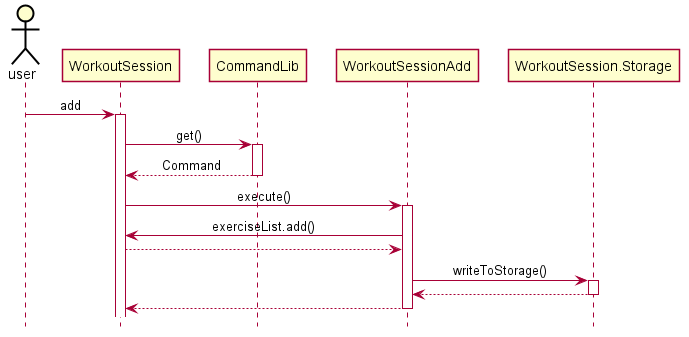
zsk612/tp keeps this PlantUML diagram as docs/pictures/jinyang/WorkoutSessionAdd.png. Above is the earlier version. The source it was exported from:
```plantuml
@startuml





skinparam Class {
    FontColor #FFFFFF
    BorderThickness 1
    BorderColor #FFFFFF
    StereotypeFontColor #FFFFFF
    FontName Arial
}

skinparam Actor {
    BorderColor #000000
    Color #000000
    FontName Arial
}

skinparam Sequence {
    MessageAlign center
    BoxFontSize 13
    BoxPadding 0
    BoxFontColor #FFFFFF
    FontName Arial
}

skinparam Participant {
    Padding 20
}

skinparam MinClassWidth 50
skinparam ParticipantPadding 10
skinparam Shadowing false
skinparam DefaultTextAlignment center
skinparam packageStyle Rectangle
skinparam BackgroundColor #FFFFFFF

hide footbox
hide members
hide circle

actor user
user -> WorkoutSession : add
activate WorkoutSession

WorkoutSession -> CommandLib : get()
activate CommandLib
CommandLib --> WorkoutSession : Command
deactivate CommandLib

WorkoutSession -> WorkoutSessionAdd : execute()
activate WorkoutSessionAdd
WorkoutSessionAdd-> WorkoutSession : exerciseList.add()
WorkoutSession --> WorkoutSessionAdd
WorkoutSessionAdd -> WorkoutSession.Storage : writeToStorage()
activate WorkoutSession.Storage
WorkoutSession.Storage --> WorkoutSessionAdd
deactivate WorkoutSession.Storage

WorkoutSessionAdd --> WorkoutSession
deactivate WorkoutSessionAdd
@enduml
```
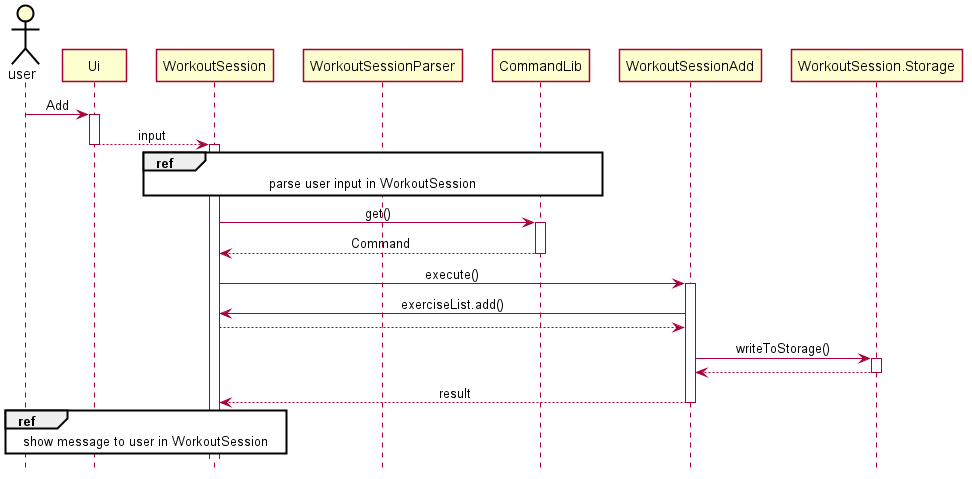
After the change.

What changed in the source:
```diff
@@ -42,8 +42,12 @@
 hide circle
 
 actor user
-user -> WorkoutSession : add
+user -> Ui++ : Add
+Ui --> WorkoutSession -- : input
+
 activate WorkoutSession
+
+ref over WorkoutSession, WorkoutSessionParser, CommandLib: parse user input in WorkoutSession
 
 WorkoutSession -> CommandLib : get()
 activate CommandLib
@@ -59,6 +63,8 @@
 WorkoutSession.Storage --> WorkoutSessionAdd
 deactivate WorkoutSession.Storage
 
-WorkoutSessionAdd --> WorkoutSession
+WorkoutSessionAdd --> WorkoutSession : result
 deactivate WorkoutSessionAdd
+
+ref over WorkoutSession, Ui, user: show message to user in WorkoutSession
 @enduml
```
